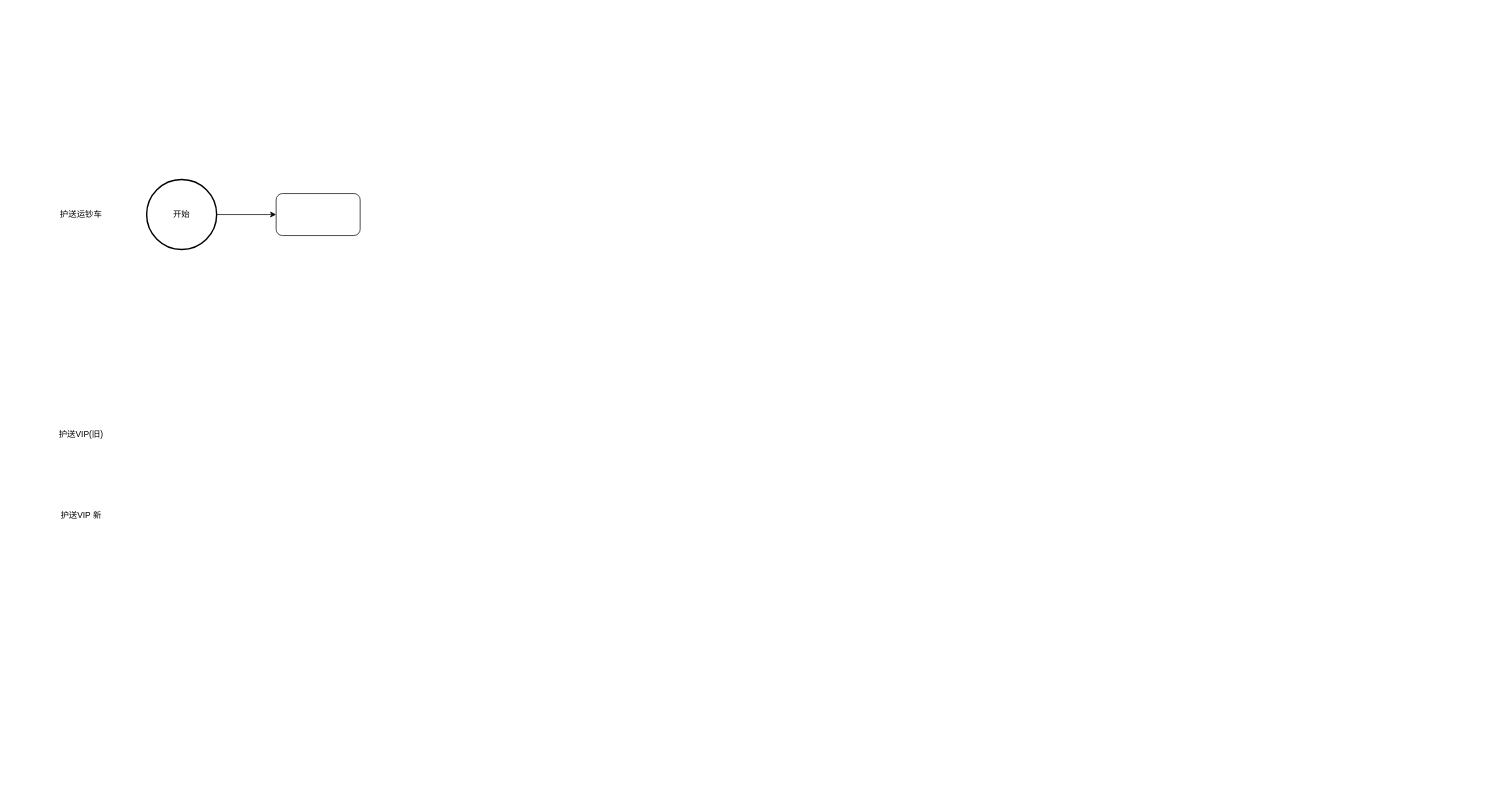
Before: 世界活动-护送VIP.drawio in LittleTrain0321/15150400109Wy, a draw.io diagram. Source tidied: cells renumbered, new cells numbered last; positions are measured from the earlier drawing's top-left corner, leaving out a move shared by most shapes. Both pictures are drawn from the tidied source at 70%, with x=0, y=0 at pixel (49, 179).
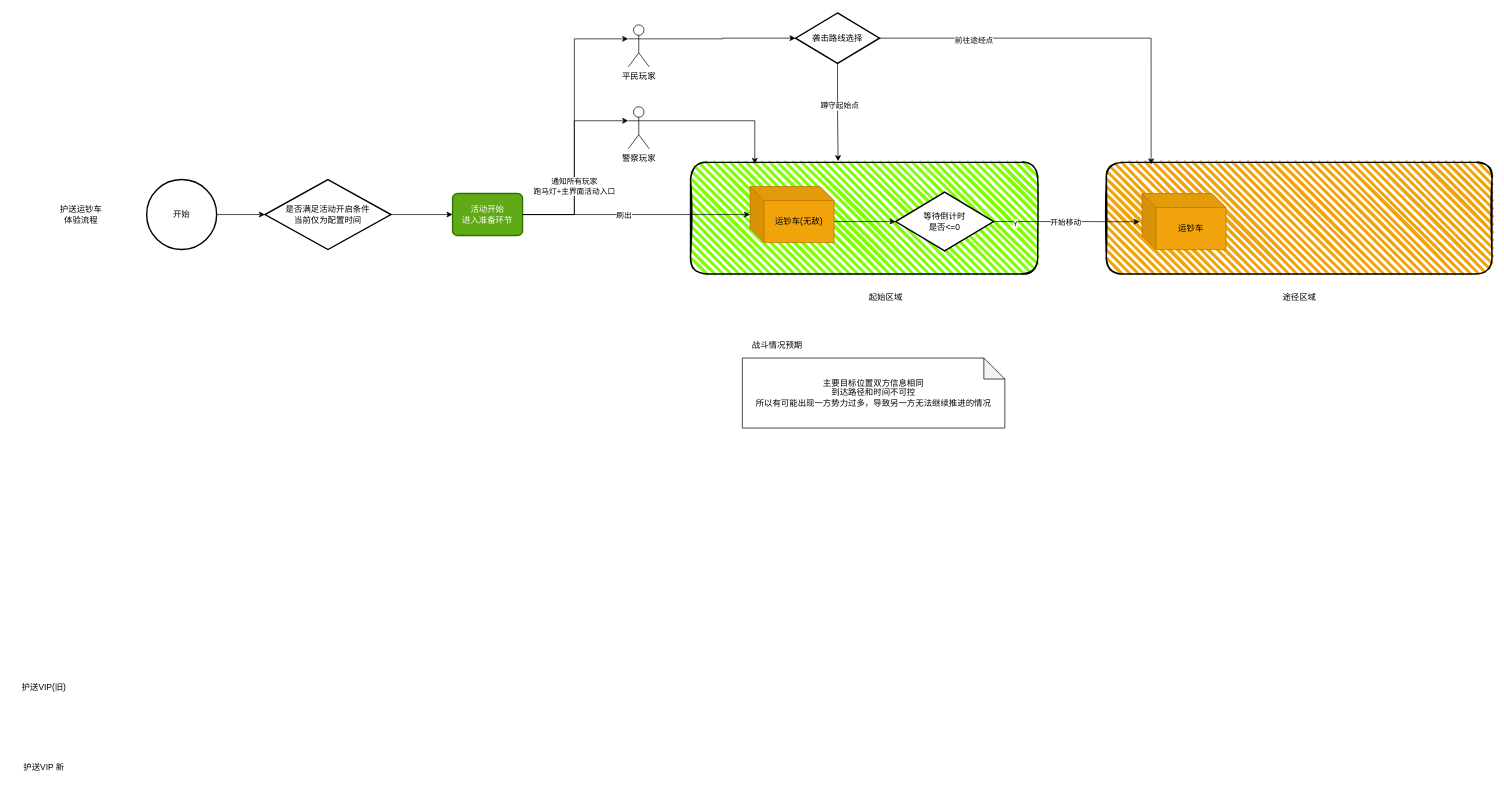
The same diagram, later.

Commit message:
更新世界活动-护送VIP.drawio

Unchanged cells that the change refers to:
```xml
<mxCell id="5" value="开始" style="strokeWidth=2;html=1;shape=mxgraph.flowchart.start_2;whiteSpace=wrap;" parent="1" vertex="1">
  <mxGeometry x="139" width="100" height="100" as="geometry" />
</mxCell>
```

Diff of the diagram source:
```diff
@@
+    <mxCell id="8" style="rounded=1;whiteSpace=wrap;html=1;strokeWidth=2;fillWeight=4;hachureGap=8;hachureAngle=45;fillColor=#80FF00;sketch=1;" parent="1" vertex="1">
+      <mxGeometry x="916" y="-24.5" width="496" height="159.5" as="geometry" />
+    </mxCell>
-    <mxCell id="2" value="护送运钞车" style="text;html=1;align=center;verticalAlign=middle;whiteSpace=wrap;rounded=0;" parent="1" vertex="1">
+    <mxCell id="2" value="护送运钞车&lt;div&gt;体验流程&lt;/div&gt;" style="text;html=1;align=center;verticalAlign=middle;whiteSpace=wrap;rounded=0;" parent="1" vertex="1">
       <mxGeometry y="35" width="91" height="30" as="geometry" />
     </mxCell>
     <mxCell id="3" value="护送VIP(旧)" style="text;html=1;align=center;verticalAlign=middle;whiteSpace=wrap;rounded=0;" parent="1" vertex="1">
-      <mxGeometry y="350" width="91" height="30" as="geometry" />
+      <mxGeometry x="-53" y="710" width="91" height="30" as="geometry" />
     </mxCell>
-    <mxCell id="4" style="edgeStyle=orthogonalEdgeStyle;rounded=0;jettySize=auto;html=1;exitX=1;exitY=0.5;exitDx=0;exitDy=0;exitPerimeter=0;entryX=0;entryY=0.5;entryDx=0;entryDy=0;" parent="1" edge="1" source="5" target="7">
+    <mxCell id="4" style="edgeStyle=orthogonalEdgeStyle;rounded=0;jettySize=auto;html=1;exitX=1;exitY=0.5;exitDx=0;exitDy=0;exitPerimeter=0;entryX=0;entryY=0.5;entryDx=0;entryDy=0;entryPerimeter=0;" parent="1" edge="1" source="5" target="12">
       <mxGeometry relative="1" as="geometry" />
     </mxCell>
@@
     <mxCell id="6" value="护送VIP 新" style="text;html=1;align=center;verticalAlign=middle;whiteSpace=wrap;rounded=0;" parent="1" vertex="1">
-      <mxGeometry y="465" width="91" height="30" as="geometry" />
+      <mxGeometry x="-53" y="825" width="91" height="30" as="geometry" />
     </mxCell>
-    <mxCell id="7" style="rounded=1;whiteSpace=wrap;html=1;" parent="1" vertex="1">
-      <mxGeometry x="324" y="20" width="120" height="60" as="geometry" />
-    </mxCell>
+    <mxCell id="9" value="警察玩家" style="shape=umlActor;verticalLabelPosition=bottom;verticalAlign=top;html=1;outlineConnect=0;" parent="1" vertex="1">
+      <mxGeometry x="827" y="-104" width="30" height="60" as="geometry" />
+    </mxCell>
+    <mxCell id="10" value="平民玩家" style="shape=umlActor;verticalLabelPosition=bottom;verticalAlign=top;html=1;outlineConnect=0;" parent="1" vertex="1">
+      <mxGeometry x="827" y="-221" width="30" height="60" as="geometry" />
+    </mxCell>
+    <mxCell id="11" style="edgeStyle=orthogonalEdgeStyle;rounded=0;jettySize=auto;html=1;exitX=1;exitY=0.5;exitDx=0;exitDy=0;exitPerimeter=0;entryX=0;entryY=0.5;entryDx=0;entryDy=0;" parent="1" edge="1" source="12" target="15">
+      <mxGeometry relative="1" as="geometry" />
+    </mxCell>
+    <mxCell id="12" value="是否满足活动开启条件&lt;div&gt;当前仅为配置时间&lt;/div&gt;" style="strokeWidth=2;html=1;shape=mxgraph.flowchart.decision;whiteSpace=wrap;" parent="1" vertex="1">
+      <mxGeometry x="308" width="180" height="100" as="geometry" />
+    </mxCell>
+    <mxCell id="13" style="edgeStyle=orthogonalEdgeStyle;rounded=0;jettySize=auto;html=1;exitX=1;exitY=0.5;exitDx=0;exitDy=0;" parent="1" edge="1" source="15" target="16">
+      <mxGeometry relative="1" as="geometry" />
+    </mxCell>
+    <mxCell id="14" value="刷出" style="edgeLabel;html=1;align=center;verticalAlign=middle;" parent="13" vertex="1">
+      <mxGeometry x="0.48" y="1" relative="1" as="geometry">
+        <mxPoint x="-97" y="1" as="offset" />
+      </mxGeometry>
+    </mxCell>
+    <mxCell id="15" value="活动开始&lt;div&gt;进入准备环节&lt;/div&gt;" style="rounded=1;whiteSpace=wrap;html=1;absoluteArcSize=1;arcSize=14;strokeWidth=2;fillColor=#60a917;strokeColor=#2D7600;fontColor=#ffffff;" parent="1" vertex="1">
+      <mxGeometry x="576" y="20" width="100" height="60" as="geometry" />
+    </mxCell>
+    <mxCell id="16" value="运钞车(无敌)" style="shape=cube;whiteSpace=wrap;html=1;boundedLbl=1;backgroundOutline=1;darkOpacity=0.05;darkOpacity2=0.1;fillColor=#f0a30a;fontColor=#000000;strokeColor=#BD7000;" parent="1" vertex="1">
+      <mxGeometry x="1001" y="10" width="120" height="80" as="geometry" />
+    </mxCell>
+    <mxCell id="17" style="edgeStyle=orthogonalEdgeStyle;rounded=0;jettySize=auto;html=1;exitX=1;exitY=0.5;exitDx=0;exitDy=0;entryX=0;entryY=0.3333333333333333;entryDx=0;entryDy=0;entryPerimeter=0;" parent="1" edge="1" source="15" target="9">
+      <mxGeometry relative="1" as="geometry">
+        <Array as="points">
+          <mxPoint x="750" y="50" />
+          <mxPoint x="750" y="-84" />
+        </Array>
+      </mxGeometry>
+    </mxCell>
+    <mxCell id="18" style="edgeStyle=orthogonalEdgeStyle;rounded=0;jettySize=auto;html=1;exitX=1;exitY=0.5;exitDx=0;exitDy=0;entryX=0;entryY=0.3333333333333333;entryDx=0;entryDy=0;entryPerimeter=0;" parent="1" edge="1" source="15" target="10">
+      <mxGeometry relative="1" as="geometry">
+        <Array as="points">
+          <mxPoint x="750" y="50" />
+          <mxPoint x="750" y="-201" />
+        </Array>
+      </mxGeometry>
+    </mxCell>
+    <mxCell id="19" value="通知所有玩家&lt;div&gt;跑马灯+主界面活动入口&lt;/div&gt;" style="edgeLabel;html=1;align=center;verticalAlign=middle;" parent="18" vertex="1">
+      <mxGeometry x="-0.43" y="1" relative="1" as="geometry" />
+    </mxCell>
+    <mxCell id="20" value="等待倒计时&lt;div&gt;是否&amp;lt;=0&lt;/div&gt;" style="strokeWidth=2;html=1;shape=mxgraph.flowchart.decision;whiteSpace=wrap;" parent="1" vertex="1">
+      <mxGeometry x="1209" y="18" width="140" height="84" as="geometry" />
+    </mxCell>
+    <mxCell id="21" style="edgeStyle=orthogonalEdgeStyle;rounded=0;jettySize=auto;html=1;exitX=0;exitY=0;exitDx=120;exitDy=50;exitPerimeter=0;entryX=0;entryY=0.5;entryDx=0;entryDy=0;entryPerimeter=0;" parent="1" edge="1" source="16" target="20">
+      <mxGeometry relative="1" as="geometry" />
+    </mxCell>
+    <mxCell id="22" value="起始区域" style="text;html=1;align=center;verticalAlign=middle;whiteSpace=wrap;rounded=0;" parent="1" vertex="1">
+      <mxGeometry x="1165" y="153" width="60" height="30" as="geometry" />
+    </mxCell>
+    <mxCell id="23" value="袭击路线选择" style="strokeWidth=2;html=1;shape=mxgraph.flowchart.decision;whiteSpace=wrap;" parent="1" vertex="1">
+      <mxGeometry x="1066" y="-238" width="120" height="72" as="geometry" />
+    </mxCell>
+    <mxCell id="24" style="edgeStyle=orthogonalEdgeStyle;rounded=0;jettySize=auto;html=1;exitX=1;exitY=0.3333333333333333;exitDx=0;exitDy=0;exitPerimeter=0;entryX=0;entryY=0.5;entryDx=0;entryDy=0;entryPerimeter=0;" parent="1" edge="1" source="10" target="23">
+      <mxGeometry relative="1" as="geometry" />
+    </mxCell>
+    <mxCell id="25" style="rounded=1;whiteSpace=wrap;html=1;strokeWidth=2;fillWeight=4;hachureGap=8;hachureAngle=45;fillColor=#f0a30a;sketch=1;fontColor=#000000;strokeColor=#000000;" parent="1" vertex="1">
+      <mxGeometry x="1510" y="-24.5" width="551" height="159.5" as="geometry" />
+    </mxCell>
+    <mxCell id="26" style="edgeStyle=orthogonalEdgeStyle;rounded=0;jettySize=auto;html=1;exitX=1;exitY=0.3333333333333333;exitDx=0;exitDy=0;exitPerimeter=0;entryX=0.185;entryY=0.014;entryDx=0;entryDy=0;entryPerimeter=0;" parent="1" edge="1" source="9" target="8">
+      <mxGeometry relative="1" as="geometry" />
+    </mxCell>
+    <mxCell id="27" style="edgeStyle=orthogonalEdgeStyle;rounded=0;jettySize=auto;html=1;exitX=0.5;exitY=1;exitDx=0;exitDy=0;exitPerimeter=0;entryX=0.425;entryY=-0.011;entryDx=0;entryDy=0;entryPerimeter=0;" parent="1" edge="1" source="23" target="8">
+      <mxGeometry relative="1" as="geometry" />
+    </mxCell>
+    <mxCell id="28" value="蹲守起始点" style="edgeLabel;html=1;align=center;verticalAlign=middle;" parent="27" vertex="1">
+      <mxGeometry x="-0.14" y="2" relative="1" as="geometry" />
+    </mxCell>
+    <mxCell id="29" style="edgeStyle=orthogonalEdgeStyle;rounded=0;jettySize=auto;html=1;exitX=1;exitY=0.5;exitDx=0;exitDy=0;exitPerimeter=0;entryX=0.116;entryY=0.018;entryDx=0;entryDy=0;entryPerimeter=0;" parent="1" edge="1" source="23" target="25">
+      <mxGeometry relative="1" as="geometry" />
+    </mxCell>
+    <mxCell id="30" value="前往途经点" style="edgeLabel;html=1;align=center;verticalAlign=middle;" parent="29" vertex="1">
+      <mxGeometry x="-0.53" y="-3" relative="1" as="geometry" />
+    </mxCell>
+    <mxCell id="31" value="途径区域" style="text;html=1;align=center;verticalAlign=middle;whiteSpace=wrap;rounded=0;" parent="1" vertex="1">
+      <mxGeometry x="1755.5" y="153" width="60" height="30" as="geometry" />
+    </mxCell>
+    <mxCell id="32" value="运钞车" style="shape=cube;whiteSpace=wrap;html=1;boundedLbl=1;backgroundOutline=1;darkOpacity=0.05;darkOpacity2=0.1;fillColor=#f0a30a;fontColor=#000000;strokeColor=#BD7000;" parent="1" vertex="1">
+      <mxGeometry x="1561" y="20" width="120" height="80" as="geometry" />
+    </mxCell>
+    <mxCell id="33" style="edgeStyle=orthogonalEdgeStyle;rounded=0;jettySize=auto;html=1;exitX=1;exitY=0.5;exitDx=0;exitDy=0;exitPerimeter=0;entryX=-0.028;entryY=0.504;entryDx=0;entryDy=0;entryPerimeter=0;" parent="1" edge="1" source="20" target="32">
+      <mxGeometry relative="1" as="geometry" />
+    </mxCell>
+    <mxCell id="34" value="开始移动" style="edgeLabel;html=1;align=center;verticalAlign=middle;" parent="33" vertex="1">
+      <mxGeometry x="-0.37" y="-1" relative="1" as="geometry">
+        <mxPoint x="36" y="-1" as="offset" />
+      </mxGeometry>
+    </mxCell>
+    <mxCell id="35" value="Y" style="edgeLabel;html=1;align=center;verticalAlign=middle;" parent="33" vertex="1">
+      <mxGeometry x="-0.71" y="-2" relative="1" as="geometry" />
+    </mxCell>
+    <mxCell id="36" value="&lt;br&gt;&lt;div&gt;主要目标位置双方信息相同&lt;/div&gt;&lt;div&gt;到达路径和时间不可控&lt;/div&gt;&lt;div&gt;所以有可能出现一方势力过多，导致另一方无法继续推进的情况&lt;/div&gt;&lt;div&gt;&lt;br&gt;&lt;/div&gt;" style="shape=note;whiteSpace=wrap;html=1;backgroundOutline=1;darkOpacity=0.05;" parent="1" vertex="1">
+      <mxGeometry x="990" y="255" width="375" height="100" as="geometry" />
+    </mxCell>
+    <mxCell id="37" value="&lt;span style=&quot;color: rgb(0, 0, 0); font-family: Helvetica; font-size: 12px; font-style: normal; font-variant-ligatures: normal; font-variant-caps: normal; font-weight: 400; letter-spacing: normal; orphans: 2; text-indent: 0px; text-transform: none; widows: 2; word-spacing: 0px; -webkit-text-stroke-width: 0px; white-space: normal; text-decoration-thickness: initial; text-decoration-style: initial; text-decoration-color: initial; float: none; display: inline !important;&quot;&gt;战斗情况预期&lt;/span&gt;" style="text;whiteSpace=wrap;html=1;align=center;verticalAlign=middle;labelBackgroundColor=default;" parent="1" vertex="1">
+      <mxGeometry x="990" y="219" width="100" height="36" as="geometry" />
+    </mxCell>
```
